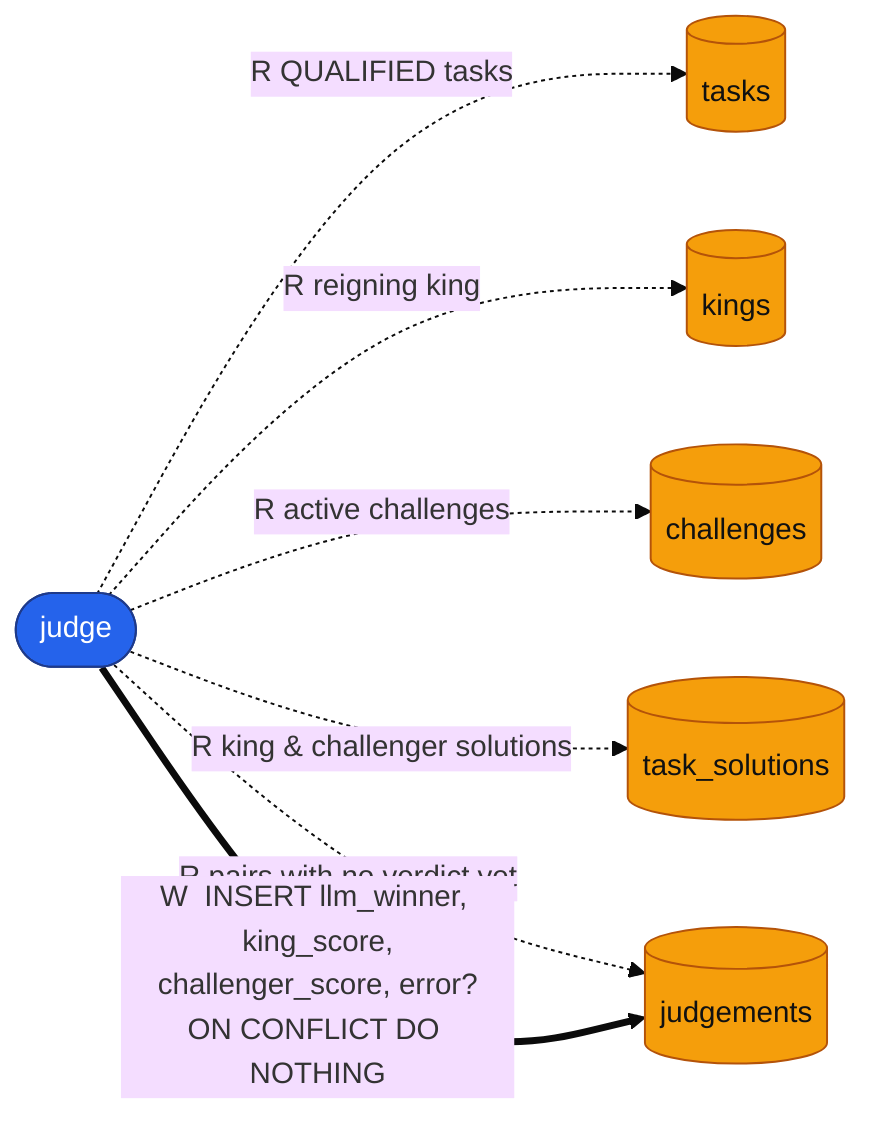
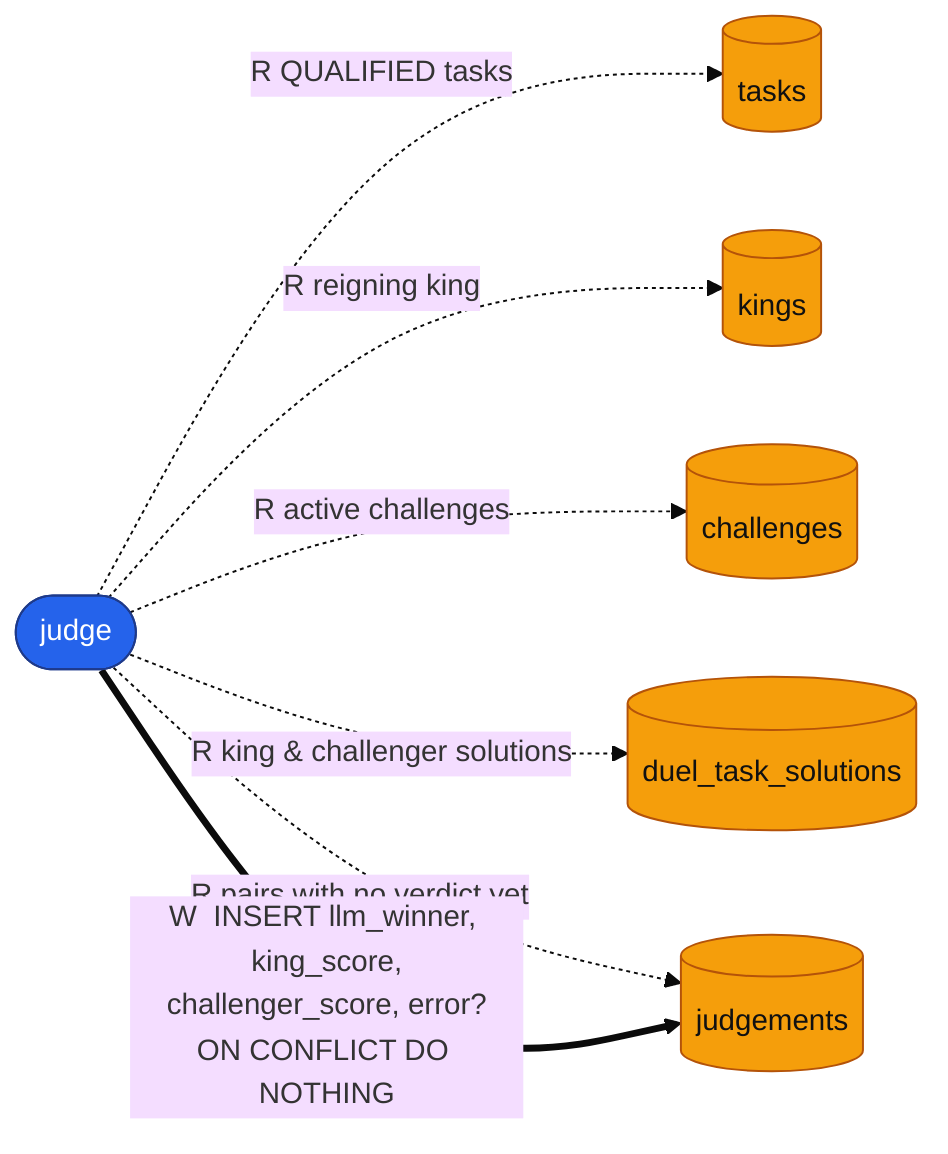
%%{init: {"theme": "base", "themeVariables": {"fontSize": "15px"}}}%%
flowchart LR
    jd(["judge"])
    tasks[("tasks")]
    kings[("kings")]
    chal[("challenges")]
-     tsol[("task_solutions")]
+     tsol[("duel_task_solutions")]
    judg[("judgements")]

    jd -. "R  QUALIFIED tasks" .-> tasks
    jd -. "R  reigning king" .-> kings
    jd -. "R  active challenges" .-> chal
    jd -. "R  king &amp; challenger solutions" .-> tsol
    jd -. "R  pairs with no verdict yet" .-> judg
    jd == "W  INSERT llm_winner, king_score,<br/>challenger_score, error?<br/>ON CONFLICT DO NOTHING" ==> judg

    classDef worker fill:#2563eb,stroke:#1e3a8a,color:#fff;
    classDef store fill:#f59e0b,stroke:#b45309,color:#111;
    class jd worker;
    class tasks,kings,chal,tsol,judg store;
